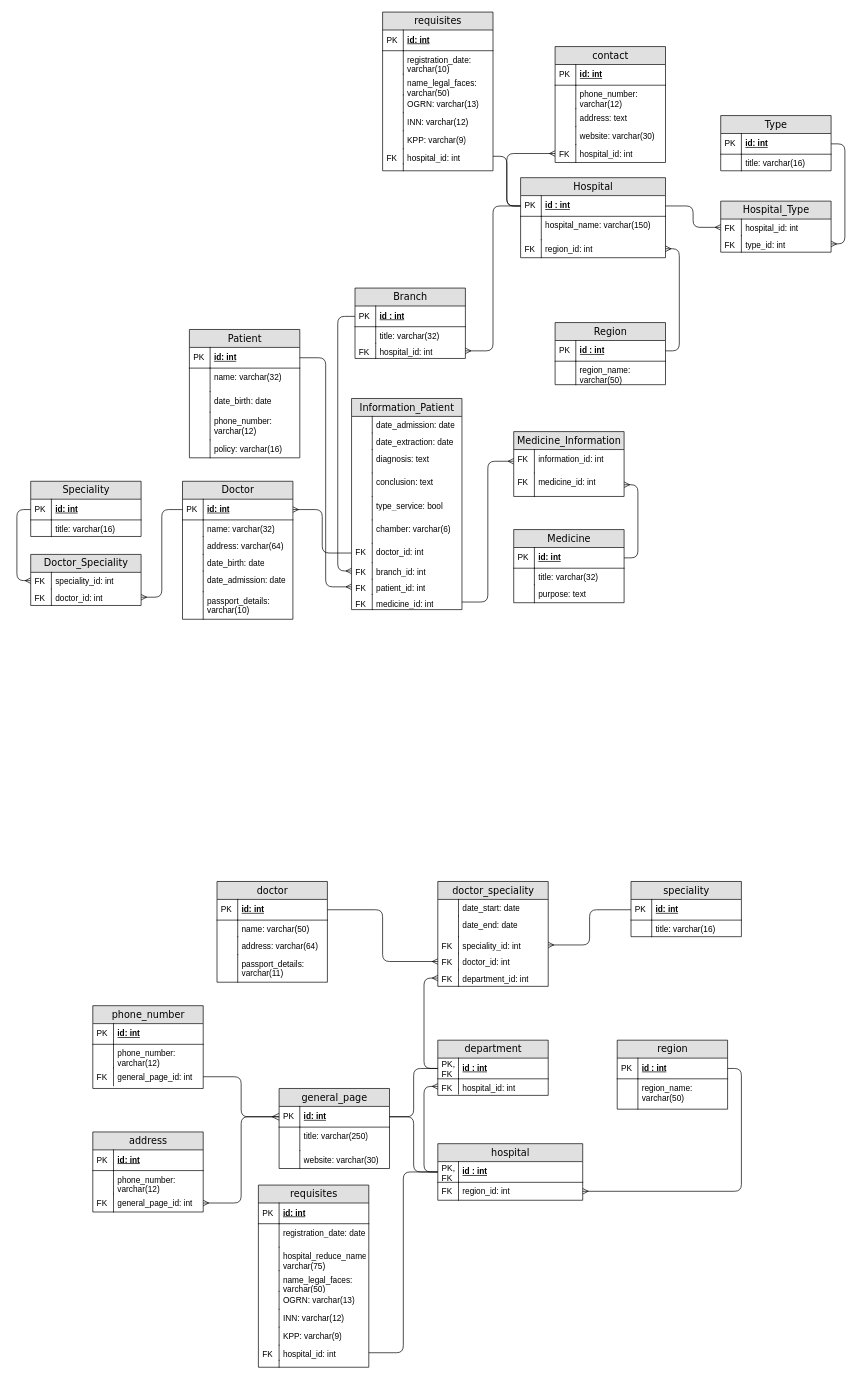
Mirosh757/studMirosh keeps this draw.io diagram as 0_lab_process_1_1.drawio. Above is the earlier version. Source tidied: cells renumbered, new cells numbered last; positions are measured from the earlier drawing's top-left corner, leaving out a move shared by most shapes. Both pictures are drawn from the tidied source at 69%, with x=0, y=0 at pixel (30, 12).
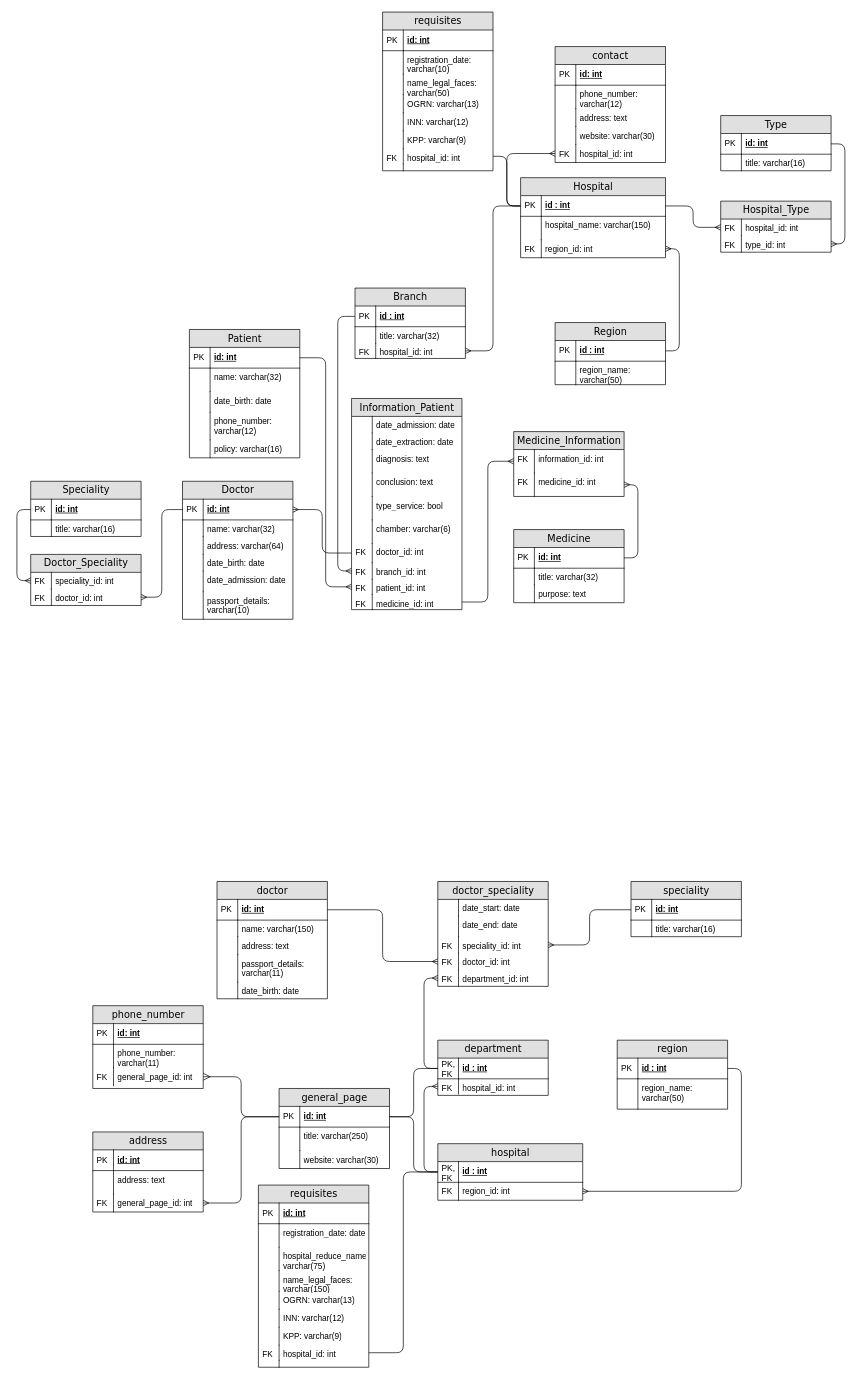
The same page after the edit.

The change refers to these unchanged cells:
```xml
<mxCell id="184" value="phone_number" style="swimlane;html=1;fontStyle=0;horizontal=1;startSize=26;fillColor=#e0e0e0;swimlaneFillColor=#ffffff;align=center;rounded=0;shadow=0;comic=0;labelBackgroundColor=none;strokeWidth=1;fontFamily=Verdana;fontSize=14;" parent="1" vertex="1">
  <mxGeometry x="90" y="1440" width="160" height="120" as="geometry" />
</mxCell>
<mxCell id="189" value="general_page_id: int" style="shape=partialRectangle;top=0;left=0;right=0;bottom=0;html=1;align=left;verticalAlign=top;fillColor=none;spacingLeft=34;spacingRight=4;whiteSpace=wrap;overflow=hidden;points=[[0,0.5],[1,0.5]];portConstraint=eastwest;" parent="184" vertex="1">
  <mxGeometry y="90" width="160" height="26" as="geometry" />
</mxCell>
<mxCell id="191" value="requisites" style="swimlane;html=1;fontStyle=0;horizontal=1;startSize=26;fillColor=#e0e0e0;swimlaneFillColor=#ffffff;align=center;rounded=0;shadow=0;comic=0;labelBackgroundColor=none;strokeWidth=1;fontFamily=Verdana;fontSize=14;" parent="1" vertex="1">
  <mxGeometry x="330" y="1700" width="160" height="264" as="geometry" />
</mxCell>
<mxCell id="212" value="id: int" style="shape=partialRectangle;top=0;left=0;right=0;bottom=1;html=1;align=left;verticalAlign=middle;fillColor=none;spacingLeft=34;spacingRight=4;whiteSpace=wrap;overflow=hidden;points=[[0,0.5],[1,0.5]];portConstraint=eastwest;fontStyle=5;" parent="211" vertex="1">
  <mxGeometry y="26" width="160" height="30" as="geometry" />
</mxCell>
<mxCell id="221" value="address" style="swimlane;html=1;fontStyle=0;horizontal=1;startSize=26;fillColor=#e0e0e0;swimlaneFillColor=#ffffff;align=center;rounded=0;shadow=0;comic=0;labelBackgroundColor=none;strokeWidth=1;fontFamily=Verdana;fontSize=14;" parent="1" vertex="1">
  <mxGeometry x="90" y="1623" width="160" height="116" as="geometry" />
</mxCell>
<mxCell id="226" value="general_page_id: int" style="shape=partialRectangle;top=0;left=0;right=0;bottom=0;html=1;align=left;verticalAlign=top;fillColor=none;spacingLeft=34;spacingRight=4;whiteSpace=wrap;overflow=hidden;points=[[0,0.5],[1,0.5]];portConstraint=eastwest;" parent="221" vertex="1">
  <mxGeometry y="90" width="160" height="26" as="geometry" />
</mxCell>
```

What changed in the source:
```diff
@@
     <mxCell id="139" value="doctor" style="swimlane;html=1;fontStyle=0;horizontal=1;startSize=26;fillColor=#e0e0e0;swimlaneFillColor=#ffffff;align=center;rounded=0;shadow=0;comic=0;labelBackgroundColor=none;strokeWidth=1;fontFamily=Verdana;fontSize=14;" parent="1" vertex="1">
-      <mxGeometry x="270" y="1260" width="160" height="146" as="geometry" />
+      <mxGeometry x="270" y="1260" width="160" height="170" as="geometry" />
     </mxCell>
@@
-    <mxCell id="142" value="name: varchar(50)" style="shape=partialRectangle;top=0;left=0;right=0;bottom=0;html=1;align=left;verticalAlign=top;fillColor=none;spacingLeft=34;spacingRight=4;whiteSpace=wrap;overflow=hidden;" parent="139" vertex="1">
+    <mxCell id="142" value="name: varchar(150)" style="shape=partialRectangle;top=0;left=0;right=0;bottom=0;html=1;align=left;verticalAlign=top;fillColor=none;spacingLeft=34;spacingRight=4;whiteSpace=wrap;overflow=hidden;" parent="139" vertex="1">
       <mxGeometry y="56" width="160" height="24" as="geometry" />
     </mxCell>
@@
-    <mxCell id="144" value="address: varchar(64)" style="shape=partialRectangle;top=0;left=0;right=0;bottom=0;html=1;align=left;verticalAlign=top;fillColor=none;spacingLeft=34;spacingRight=4;whiteSpace=wrap;overflow=hidden;" parent="139" vertex="1">
+    <mxCell id="144" value="address: text" style="shape=partialRectangle;top=0;left=0;right=0;bottom=0;html=1;align=left;verticalAlign=top;fillColor=none;spacingLeft=34;spacingRight=4;whiteSpace=wrap;overflow=hidden;" parent="139" vertex="1">
       <mxGeometry y="80" width="160" height="26" as="geometry" />
     </mxCell>
@@
+    <mxCell id="229" value="date_birth: date" style="shape=partialRectangle;top=0;left=0;right=0;bottom=0;html=1;align=left;verticalAlign=top;fillColor=none;spacingLeft=34;spacingRight=4;whiteSpace=wrap;overflow=hidden;" parent="139" vertex="1">
+      <mxGeometry y="146" width="160" height="24" as="geometry" />
+    </mxCell>
+    <mxCell id="230" style="shape=partialRectangle;top=0;left=0;bottom=0;html=1;fillColor=none;align=left;verticalAlign=top;spacingLeft=4;spacingRight=4;whiteSpace=wrap;overflow=hidden;" parent="229" vertex="1">
+      <mxGeometry width="30" height="24" as="geometry" />
+    </mxCell>
@@
-    <mxCell id="187" value="phone_number: varchar(12)" style="shape=partialRectangle;top=0;left=0;right=0;bottom=0;html=1;align=left;verticalAlign=top;fillColor=none;spacingLeft=34;spacingRight=4;whiteSpace=wrap;overflow=hidden;" parent="184" vertex="1">
+    <mxCell id="187" value="phone_number: varchar(11)" style="shape=partialRectangle;top=0;left=0;right=0;bottom=0;html=1;align=left;verticalAlign=top;fillColor=none;spacingLeft=34;spacingRight=4;whiteSpace=wrap;overflow=hidden;" parent="184" vertex="1">
       <mxGeometry y="56" width="160" height="34" as="geometry" />
     </mxCell>
@@
-    <mxCell id="198" value="name_legal_faces: varchar(50)" style="shape=partialRectangle;top=0;left=0;right=0;bottom=0;html=1;align=left;verticalAlign=top;fillColor=none;spacingLeft=34;spacingRight=4;whiteSpace=wrap;overflow=hidden;" parent="191" vertex="1">
+    <mxCell id="198" value="name_legal_faces: varchar(150)" style="shape=partialRectangle;top=0;left=0;right=0;bottom=0;html=1;align=left;verticalAlign=top;fillColor=none;spacingLeft=34;spacingRight=4;whiteSpace=wrap;overflow=hidden;" parent="191" vertex="1">
       <mxGeometry y="124" width="160" height="30" as="geometry" />
     </mxCell>
@@
-    <mxCell id="220" style="edgeStyle=orthogonalEdgeStyle;rounded=1;jettySize=auto;html=1;exitX=1;exitY=0.5;exitDx=0;exitDy=0;entryX=0;entryY=0.5;entryDx=0;entryDy=0;fontSize=12;startSize=8;endSize=8;curved=0;endArrow=ERmany;endFill=0;startArrow=none;startFill=0;" parent="1" edge="1" source="189" target="212">
+    <mxCell id="220" style="edgeStyle=orthogonalEdgeStyle;rounded=1;jettySize=auto;html=1;exitX=1;exitY=0.5;exitDx=0;exitDy=0;entryX=0;entryY=0.5;entryDx=0;entryDy=0;fontSize=12;startSize=8;endSize=8;curved=0;endArrow=none;endFill=0;startArrow=ERmany;startFill=0;" parent="1" edge="1" source="189" target="212">
       <mxGeometry relative="1" as="geometry" />
     </mxCell>
@@
-    <mxCell id="224" value="phone_number: varchar(12)" style="shape=partialRectangle;top=0;left=0;right=0;bottom=0;html=1;align=left;verticalAlign=top;fillColor=none;spacingLeft=34;spacingRight=4;whiteSpace=wrap;overflow=hidden;" parent="221" vertex="1">
+    <mxCell id="224" value="address: text" style="shape=partialRectangle;top=0;left=0;right=0;bottom=0;html=1;align=left;verticalAlign=top;fillColor=none;spacingLeft=34;spacingRight=4;whiteSpace=wrap;overflow=hidden;" parent="221" vertex="1">
       <mxGeometry y="56" width="160" height="34" as="geometry" />
     </mxCell>
@@
-    <mxCell id="228" style="edgeStyle=orthogonalEdgeStyle;rounded=1;jettySize=auto;html=1;exitX=0;exitY=0.5;exitDx=0;exitDy=0;entryX=1;entryY=0.5;entryDx=0;entryDy=0;curved=0;endArrow=ERmany;endFill=0;" parent="1" edge="1" source="212" target="226">
+    <mxCell id="228" style="edgeStyle=orthogonalEdgeStyle;rounded=1;jettySize=auto;html=1;exitX=0;exitY=0.5;exitDx=0;exitDy=0;entryX=1;entryY=0.5;entryDx=0;entryDy=0;curved=0;endArrow=ERmany;endFill=0;startArrow=none;startFill=0;" parent="1" edge="1" source="212" target="226">
       <mxGeometry relative="1" as="geometry" />
     </mxCell>
```
